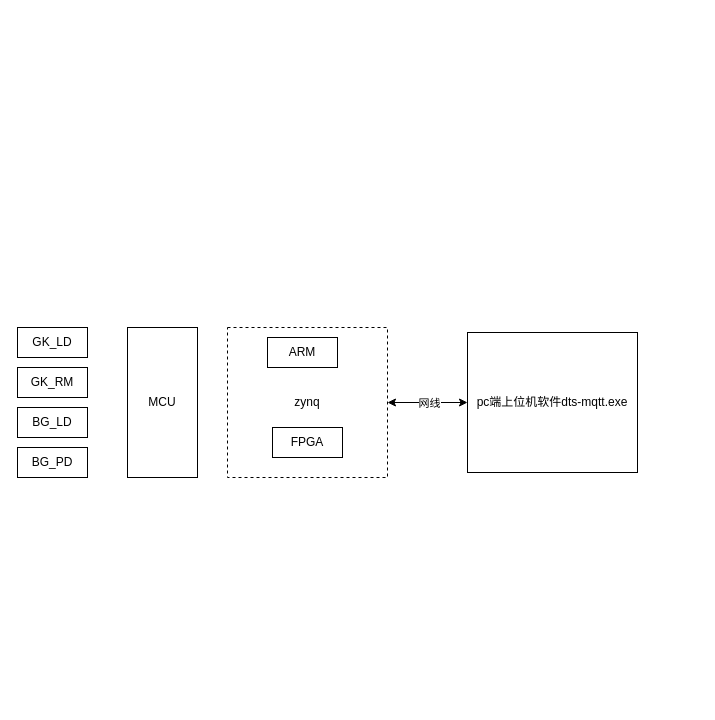
FreedomSnail/samples keeps this draw.io diagram as page "框架" (2 of 2) of native_app/Untitled Diagram.drawio. Above is the earlier version. Source tidied: cells renumbered, new cells numbered last; positions are measured from the earlier drawing's top-left corner, leaving out a move shared by most shapes. Both pictures are drawn from the tidied source at 100%, with x=0, y=0 at pixel (17, 327).
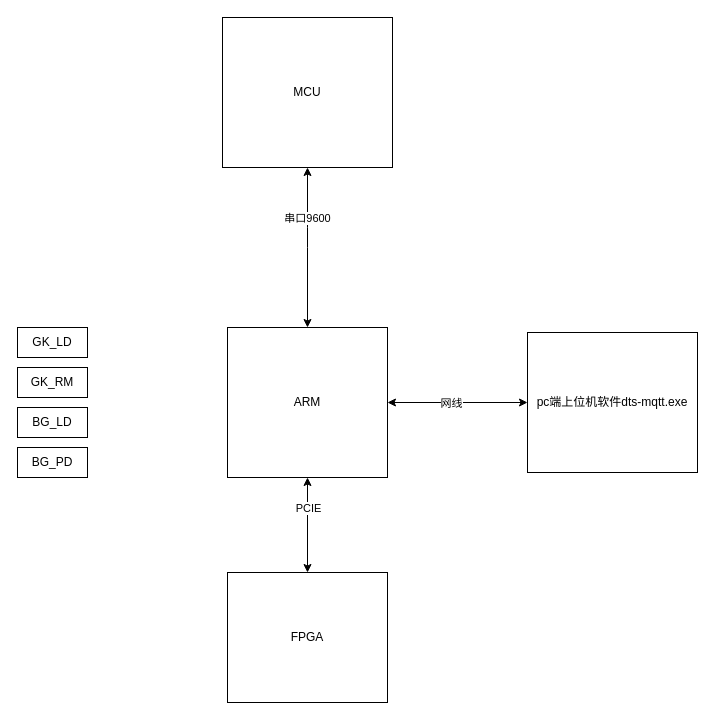
Above is the later version.

What changed in the source:
```diff
@@
 <mxGraphModel>
   <root>
     <mxCell id="0" />
     <mxCell id="1" parent="0" />
-    <mxCell id="2" value="zynq" style="rounded=0;whiteSpace=wrap;html=1;dashed=1;" parent="1" vertex="1">
+    <mxCell id="2" value="ARM" style="rounded=0;whiteSpace=wrap;html=1;" parent="1" vertex="1">
       <mxGeometry x="210" width="160" height="150" as="geometry" />
     </mxCell>
     <mxCell id="3" value="pc端上位机软件dts-mqtt.exe" style="rounded=0;whiteSpace=wrap;html=1;" parent="1" vertex="1">
-      <mxGeometry x="450" y="5" width="170" height="140" as="geometry" />
+      <mxGeometry x="510" y="5" width="170" height="140" as="geometry" />
     </mxCell>
     <mxCell id="4" style="endArrow=classic;startArrow=classic;html=1;entryX=0;entryY=0.5;entryDx=0;entryDy=0;exitX=1;exitY=0.5;exitDx=0;exitDy=0;" parent="1" edge="1" source="2" target="3">
       <mxGeometry relative="1" as="geometry" />
     </mxCell>
     <mxCell id="5" value="网线" style="edgeLabel;html=1;align=center;verticalAlign=middle;" parent="4" vertex="1">
       <mxGeometry x="-0.27" y="-2" relative="1" as="geometry">
         <mxPoint x="12.7" y="-2" as="offset" />
       </mxGeometry>
     </mxCell>
     <mxCell id="6" value="MCU" style="rounded=0;whiteSpace=wrap;html=1;" parent="1" vertex="1">
-      <mxGeometry x="110" width="70" height="150" as="geometry" />
+      <mxGeometry x="205" y="-310" width="170" height="150" as="geometry" />
     </mxCell>
     <mxCell id="7" value="GK_LD" style="rounded=0;whiteSpace=wrap;html=1;" parent="1" vertex="1">
       <mxGeometry width="70" height="30" as="geometry" />
     </mxCell>
     <mxCell id="8" value="GK_RM" style="rounded=0;whiteSpace=wrap;html=1;" parent="1" vertex="1">
       <mxGeometry y="40" width="70" height="30" as="geometry" />
     </mxCell>
     <mxCell id="9" value="BG_LD" style="rounded=0;whiteSpace=wrap;html=1;" parent="1" vertex="1">
       <mxGeometry y="80" width="70" height="30" as="geometry" />
     </mxCell>
     <mxCell id="10" value="BG_PD" style="rounded=0;whiteSpace=wrap;html=1;" parent="1" vertex="1">
       <mxGeometry y="120" width="70" height="30" as="geometry" />
     </mxCell>
-    <mxCell id="11" value="ARM" style="rounded=0;whiteSpace=wrap;html=1;" parent="1" vertex="1">
-      <mxGeometry x="250" y="10" width="70" height="30" as="geometry" />
-    </mxCell>
     <mxCell id="12" value="FPGA" style="rounded=0;whiteSpace=wrap;html=1;" parent="1" vertex="1">
-      <mxGeometry x="255" y="100" width="70" height="30" as="geometry" />
+      <mxGeometry x="210" y="245" width="160" height="130" as="geometry" />
     </mxCell>
+    <mxCell id="13" style="endArrow=classic;startArrow=classic;html=1;entryX=0.5;entryY=1;entryDx=0;entryDy=0;exitX=0.5;exitY=0;exitDx=0;exitDy=0;" parent="1" edge="1" source="2" target="6">
+      <mxGeometry relative="1" as="geometry">
+        <Array as="points">
+          <mxPoint x="290" y="-90" />
+        </Array>
+      </mxGeometry>
+    </mxCell>
+    <mxCell id="14" value="串口9600" style="edgeLabel;html=1;align=center;verticalAlign=middle;" parent="13" vertex="1">
+      <mxGeometry x="0.37" y="1" relative="1" as="geometry" />
+    </mxCell>
+    <mxCell id="15" style="endArrow=classic;startArrow=classic;html=1;entryX=0.5;entryY=1;entryDx=0;entryDy=0;" parent="1" edge="1" source="12" target="2">
+      <mxGeometry relative="1" as="geometry" />
+    </mxCell>
+    <mxCell id="16" value="PCIE" style="edgeLabel;html=1;align=center;verticalAlign=middle;" parent="15" vertex="1">
+      <mxGeometry x="0.52" y="-1" relative="1" as="geometry">
+        <mxPoint x="-1" y="7" as="offset" />
+      </mxGeometry>
+    </mxCell>
   </root>
 </mxGraphModel>
```
